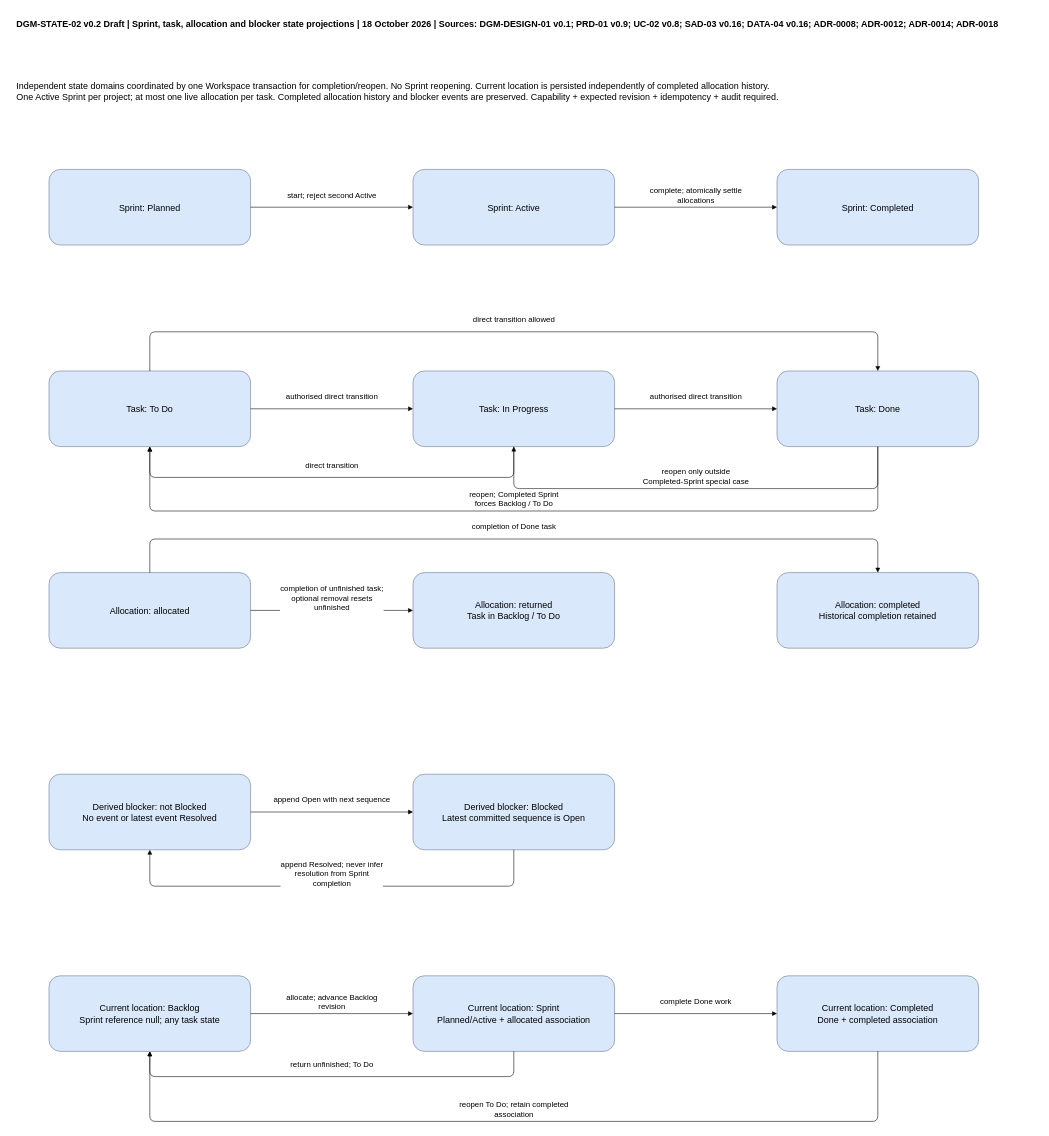
900M100CK/scrum-workspace-KMS-ai keeps this draw.io diagram as docs/sdlc/diagrams/state/sprint-task-allocation.drawio. Above is the earlier version. Source tidied: cells renumbered, new cells numbered last; positions are measured from the earlier drawing's top-left corner, leaving out a move shared by most shapes. Both pictures are drawn from the tidied source at 56%, with x=0, y=0 at pixel (10, 10).
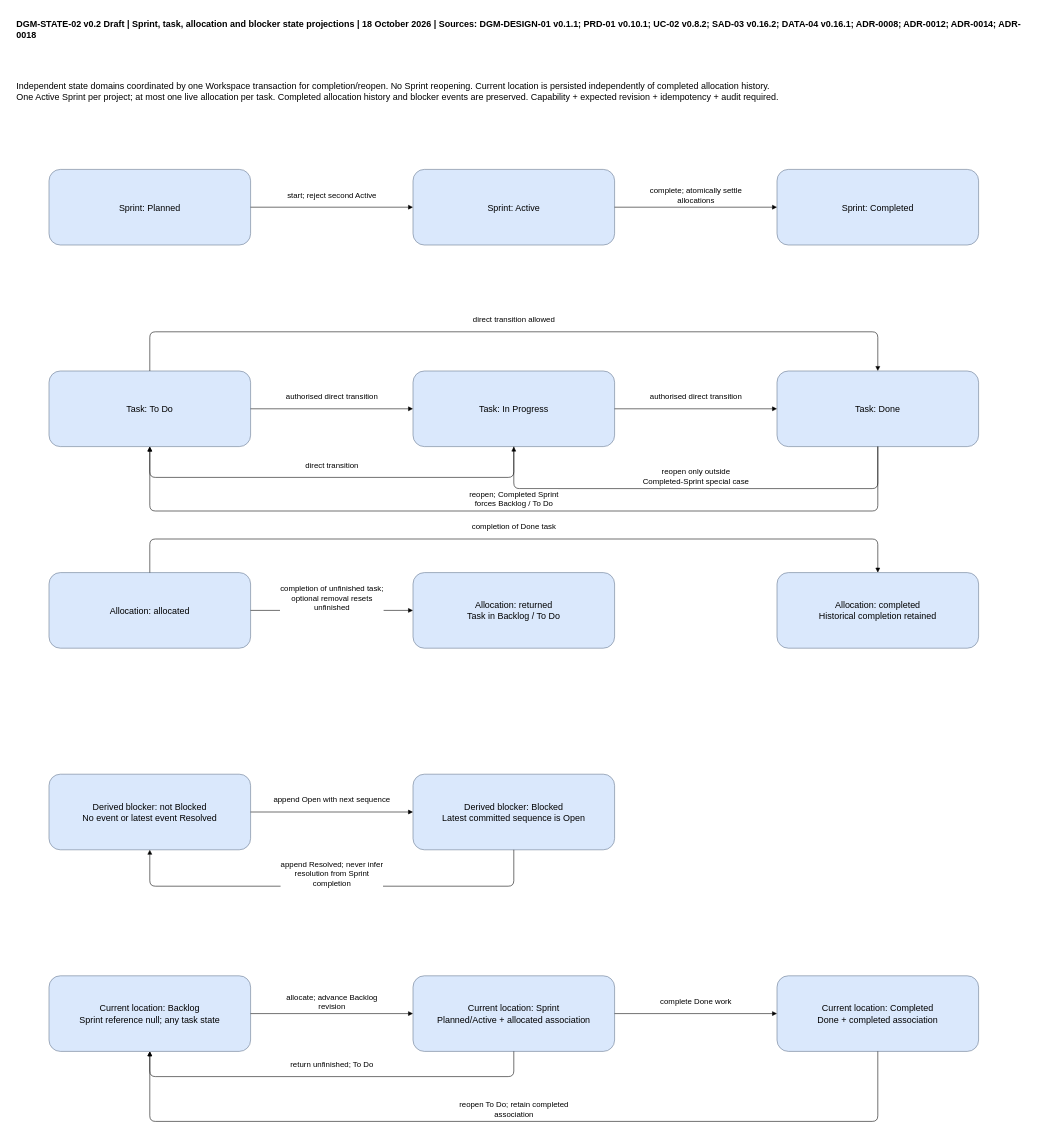
The same diagram, later.

What changed in the source:
```diff
@@
-    <mxCell id="32" value="DGM-STATE-02 v0.2 Draft | Sprint, task, allocation and blocker state projections | 18 October 2026 | Sources: DGM-DESIGN-01 v0.1; PRD-01 v0.9; UC-02 v0.8; SAD-03 v0.16; DATA-04 v0.16; ADR-0008; ADR-0012; ADR-0014; ADR-0018" style="text;align=left;fontStyle=1;whiteSpace=wrap;html=1;fontSize=16;spacing=12;" parent="1" vertex="1">
+    <mxCell id="32" value="DGM-STATE-02 v0.2 Draft | Sprint, task, allocation and blocker state projections | 18 October 2026 | Sources: DGM-DESIGN-01 v0.1.1; PRD-01 v0.10.1; UC-02 v0.8.2; SAD-03 v0.16.2; DATA-04 v0.16.1; ADR-0008; ADR-0012; ADR-0014; ADR-0018" style="text;align=left;fontStyle=1;whiteSpace=wrap;html=1;fontSize=16;spacing=12;" parent="1" vertex="1">
       <mxGeometry width="1840" height="105" as="geometry" />
     </mxCell>
```
